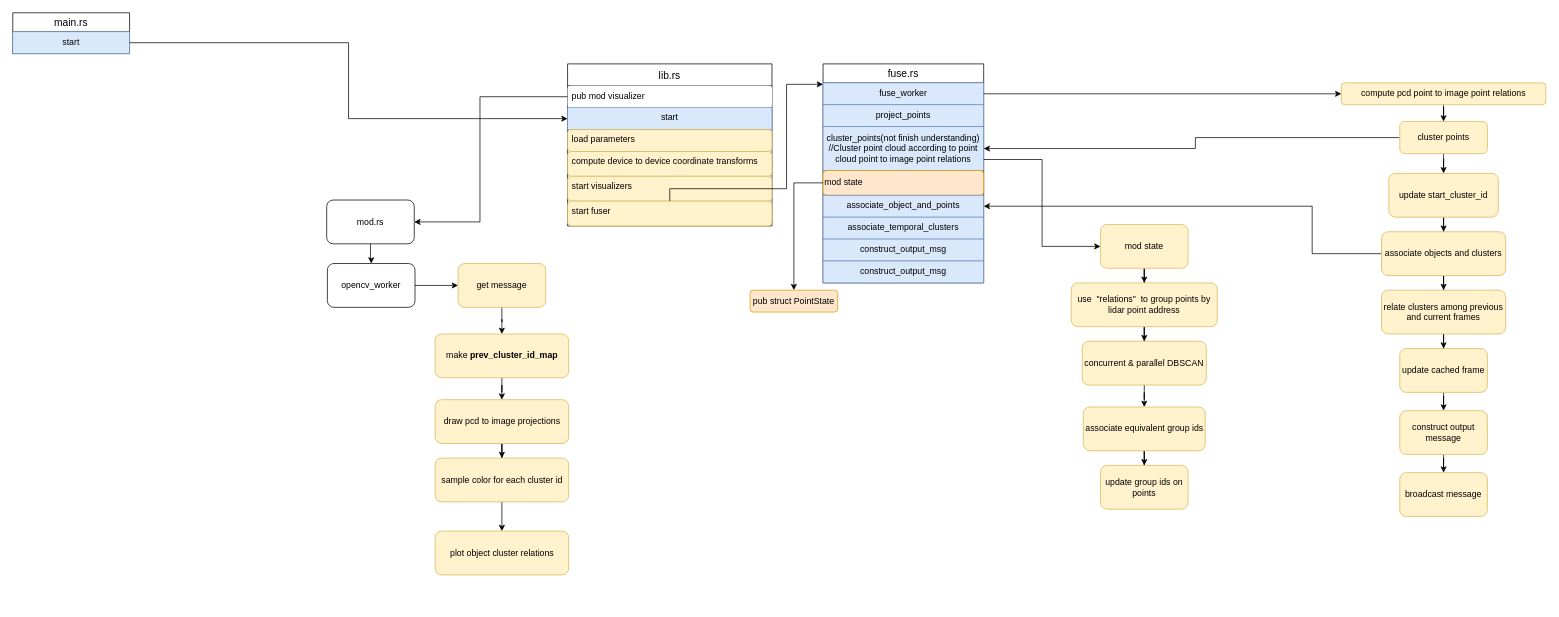
Earlier version of the draw.io diagram sensor_fuse.drawio (YueChuCheng/Wayside_draw). Source tidied: cells renumbered, new cells numbered last; positions are measured from the earlier drawing's top-left corner, leaving out a move shared by most shapes. Both pictures are drawn from the tidied source at 73%, with x=0, y=0 at pixel (12, 12).
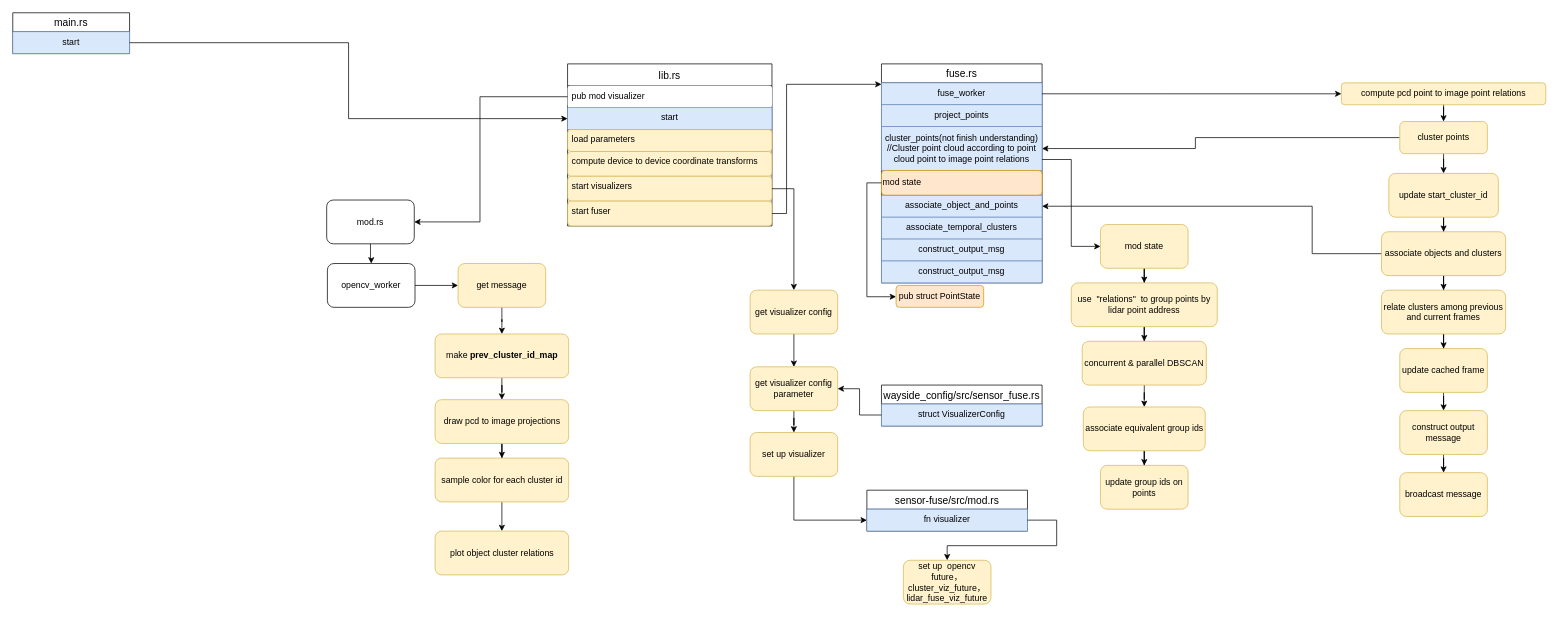
Above is the later version.

The change refers to these unchanged cells:
```xml
<mxCell id="9" value="start visualizers" style="text;strokeColor=#d6b656;fillColor=#fff2cc;spacingLeft=4;spacingRight=4;overflow=hidden;points=[[0,0.5],[1,0.5]];portConstraint=eastwest;fontSize=12;rounded=1;" parent="4" vertex="1">
  <mxGeometry y="154" width="280" height="34" as="geometry" />
</mxCell>
<mxCell id="10" value="start fuser" style="text;strokeColor=#d6b656;fillColor=#fff2cc;spacingLeft=4;spacingRight=4;overflow=hidden;points=[[0,0.5],[1,0.5]];portConstraint=eastwest;fontSize=12;rounded=1;" parent="4" vertex="1">
  <mxGeometry y="188" width="280" height="34" as="geometry" />
</mxCell>
<mxCell id="16" value="&lt;span style=&quot;&quot;&gt;mod state&lt;/span&gt;" style="rounded=1;whiteSpace=wrap;html=1;fillColor=#ffe6cc;strokeColor=#d79b00;align=left;" parent="12" vertex="1">
  <mxGeometry y="146" width="220" height="34" as="geometry" />
</mxCell>
```

What changed in the source:
```diff
@@
     <mxCell id="12" value="fuse.rs" style="swimlane;fontStyle=0;horizontal=1;startSize=26;align=center;fontSize=14;" parent="1" vertex="1">
-      <mxGeometry x="1110" y="70" width="220" height="300" as="geometry" />
+      <mxGeometry x="1190" y="70" width="220" height="300" as="geometry" />
     </mxCell>
@@
     <mxCell id="21" style="edgeStyle=orthogonalEdgeStyle;rounded=0;jettySize=auto;html=1;" parent="1" edge="1" source="10" target="12">
       <mxGeometry relative="1" as="geometry">
         <Array as="points">
-          <mxPoint x="1060" y="241" />
+          <mxPoint x="1060" y="275" />
           <mxPoint x="1060" y="98" />
         </Array>
       </mxGeometry>
     </mxCell>
@@
     <mxCell id="50" style="edgeStyle=orthogonalEdgeStyle;rounded=0;jettySize=auto;html=1;strokeColor=#000000;" parent="1" edge="1" source="16" target="51">
       <mxGeometry relative="1" as="geometry">
         <Array as="points">
-          <mxPoint x="1070" y="233" />
+          <mxPoint x="1170" y="233" />
+          <mxPoint x="1170" y="389" />
         </Array>
       </mxGeometry>
     </mxCell>
     <mxCell id="51" value="pub struct PointState" style="rounded=1;whiteSpace=wrap;html=1;align=center;fillColor=#ffe6cc;strokeColor=#d79b00;" parent="1" vertex="1">
-      <mxGeometry x="1010" y="380" width="120" height="30" as="geometry" />
+      <mxGeometry x="1210" y="373.5" width="120" height="30" as="geometry" />
     </mxCell>
@@
+    <mxCell id="66" style="edgeStyle=orthogonalEdgeStyle;rounded=0;jettySize=auto;html=1;" parent="1" edge="1" source="9" target="68">
+      <mxGeometry relative="1" as="geometry" />
+    </mxCell>
+    <mxCell id="67" style="edgeStyle=orthogonalEdgeStyle;rounded=0;jettySize=auto;html=1;" parent="1" edge="1" source="68" target="70">
+      <mxGeometry relative="1" as="geometry" />
+    </mxCell>
+    <mxCell id="68" value="get visualizer config" style="rounded=1;whiteSpace=wrap;html=1;strokeColor=#d6b656;fillColor=#fff2cc;" parent="1" vertex="1">
+      <mxGeometry x="1010" y="380" width="120" height="60" as="geometry" />
+    </mxCell>
+    <mxCell id="69" style="edgeStyle=orthogonalEdgeStyle;rounded=0;jettySize=auto;html=1;" parent="1" edge="1" source="70" target="77">
+      <mxGeometry relative="1" as="geometry" />
+    </mxCell>
+    <mxCell id="70" value="get visualizer config parameter" style="rounded=1;whiteSpace=wrap;html=1;strokeColor=#d6b656;fillColor=#fff2cc;" parent="1" vertex="1">
+      <mxGeometry x="1010" y="485" width="120" height="60" as="geometry" />
+    </mxCell>
+    <mxCell id="71" value="wayside_config/src/sensor_fuse.rs" style="swimlane;fontStyle=0;horizontal=1;startSize=26;align=center;fontSize=14;" parent="1" vertex="1">
+      <mxGeometry x="1190" y="510" width="220" height="56" as="geometry" />
+    </mxCell>
+    <mxCell id="72" value="struct VisualizerConfig" style="text;strokeColor=#6c8ebf;fillColor=#dae8fc;spacingLeft=4;spacingRight=4;overflow=hidden;points=[[0,0.5],[1,0.5]];portConstraint=eastwest;fontSize=12;align=center;" parent="71" vertex="1">
+      <mxGeometry y="26" width="220" height="30" as="geometry" />
+    </mxCell>
+    <mxCell id="73" value="sensor-fuse/src/mod.rs" style="swimlane;fontStyle=0;horizontal=1;startSize=26;align=center;fontSize=14;" parent="1" vertex="1">
+      <mxGeometry x="1170" y="654" width="220" height="56" as="geometry" />
+    </mxCell>
+    <mxCell id="74" value="fn visualizer" style="text;strokeColor=#6c8ebf;fillColor=#dae8fc;spacingLeft=4;spacingRight=4;overflow=hidden;points=[[0,0.5],[1,0.5]];portConstraint=eastwest;fontSize=12;align=center;" parent="73" vertex="1">
+      <mxGeometry y="26" width="220" height="30" as="geometry" />
+    </mxCell>
+    <mxCell id="75" style="edgeStyle=orthogonalEdgeStyle;rounded=0;jettySize=auto;html=1;entryX=1;entryY=0.5;entryDx=0;entryDy=0;" parent="1" edge="1" source="72" target="70">
+      <mxGeometry relative="1" as="geometry" />
+    </mxCell>
+    <mxCell id="76" style="edgeStyle=orthogonalEdgeStyle;rounded=0;jettySize=auto;html=1;" parent="1" edge="1" source="77" target="74">
+      <mxGeometry relative="1" as="geometry" />
+    </mxCell>
+    <mxCell id="77" value="set up visualizer" style="rounded=1;whiteSpace=wrap;html=1;strokeColor=#d6b656;fillColor=#fff2cc;" parent="1" vertex="1">
+      <mxGeometry x="1010" y="575" width="120" height="60" as="geometry" />
+    </mxCell>
+    <mxCell id="78" style="edgeStyle=orthogonalEdgeStyle;rounded=0;jettySize=auto;html=1;" parent="1" edge="1" source="74" target="79">
+      <mxGeometry relative="1" as="geometry">
+        <Array as="points">
+          <mxPoint x="1430" y="695" />
+          <mxPoint x="1430" y="730" />
+          <mxPoint x="1280" y="730" />
+        </Array>
+      </mxGeometry>
+    </mxCell>
+    <mxCell id="79" value="set up&amp;nbsp; opencv future，cluster_viz_future，lidar_fuse_viz_future" style="rounded=1;whiteSpace=wrap;html=1;strokeColor=#d6b656;fillColor=#fff2cc;" parent="1" vertex="1">
+      <mxGeometry x="1220" y="750" width="120" height="60" as="geometry" />
+    </mxCell>
```
